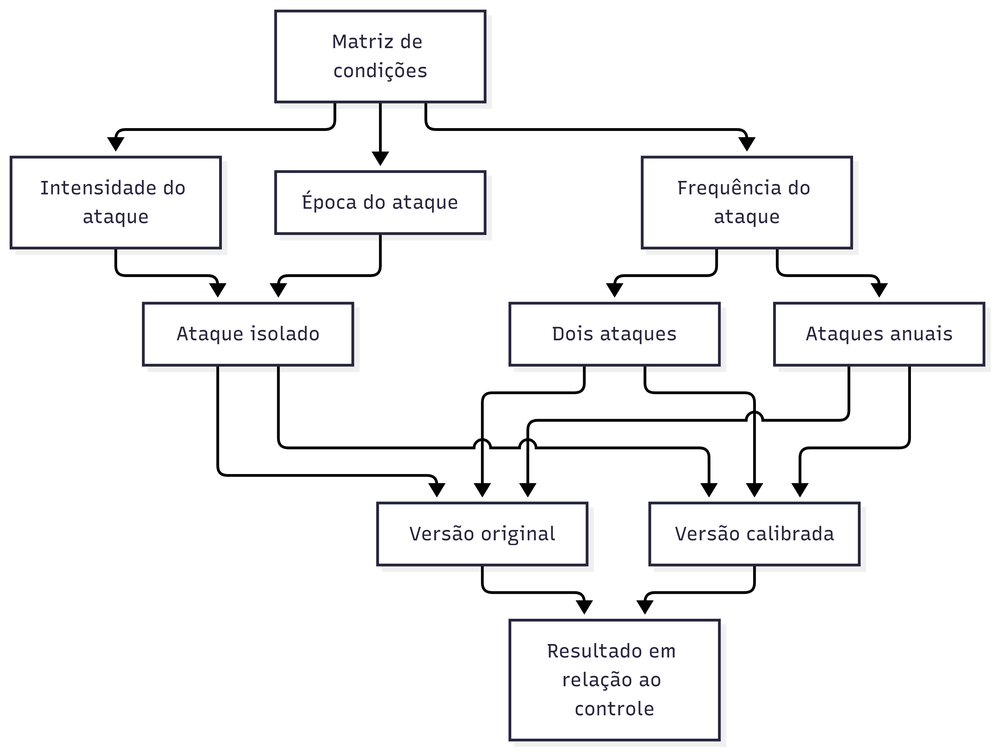
Earlier version of the Mermaid export handoff_claude/diagramas/03-cenarios.png (beteixeira135-cmyk/Akademia). Its source is kept beside it as handoff_claude/diagramas/03-cenarios.mmd.
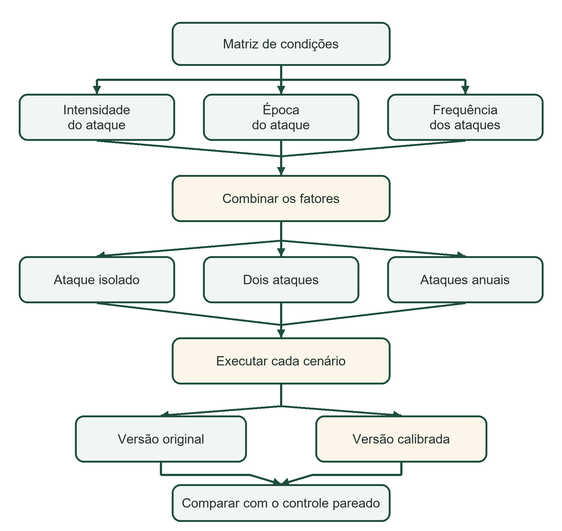
The same diagram one commit later.

Change to the diagram source:
```diff
@@ -1,16 +1,17 @@
 flowchart TB
-    A["Matriz de condições"] --> B["Intensidade do ataque"]
-    A --> C["Época do ataque"]
-    A --> D["Frequência do ataque"]
-    B --> E["Ataque isolado"]
+    A["Matriz de condições"] --> B["Intensidade"]
+    A --> C["Época"]
+    A --> D["Frequência"]
+    B --> E["Combinar os fatores"]
     C --> E
-    D --> F["Dois ataques"]
-    D --> G["Ataques anuais"]
-    E --> H["Versão original"]
-    F --> H
-    G --> H
-    E --> I["Versão calibrada"]
-    F --> I
+    D --> E
+    E --> F["Ataque isolado"]
+    E --> G["Dois ataques"]
+    E --> H["Ataques anuais"]
+    F --> I["Executar cada cenário"]
     G --> I
-    H --> J["Resultado em relação ao controle"]
-    I --> J
+    H --> I
+    I --> J["Versão original"]
+    I --> K["Versão calibrada"]
+    J --> L["Comparar com<br/>controle pareado"]
+    K --> L
```
